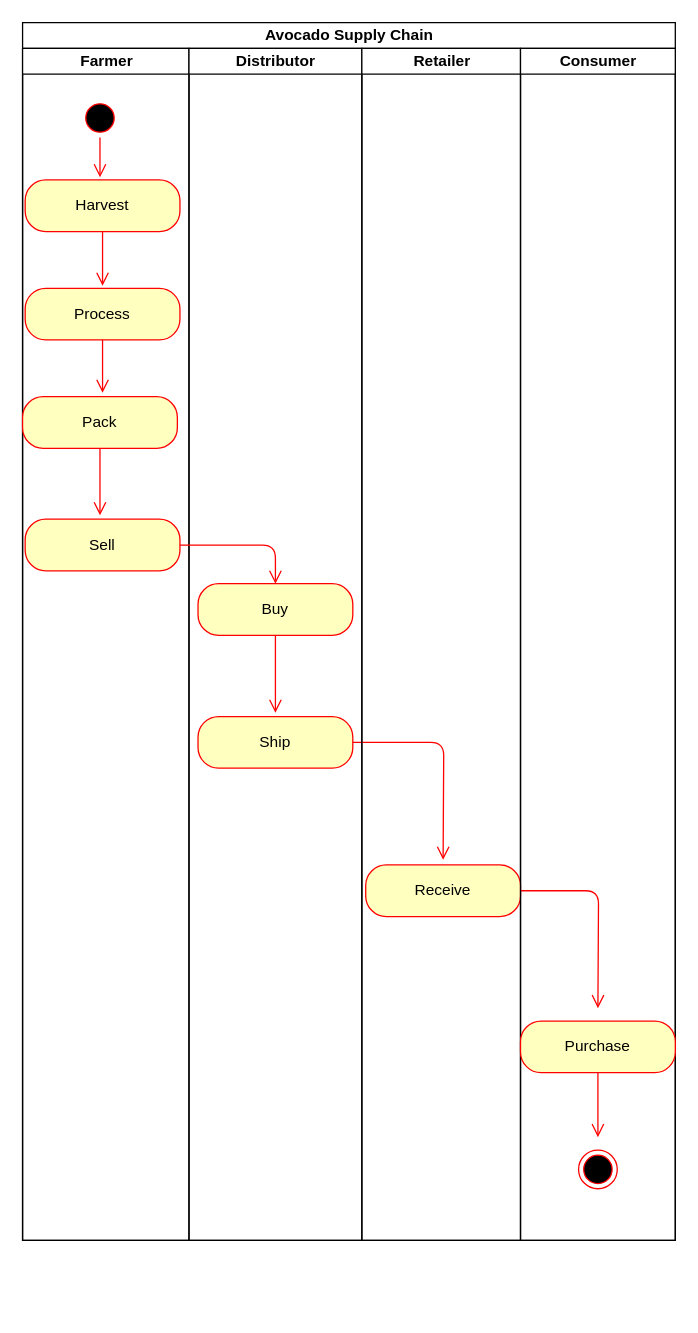
Earlier version of the draw.io diagram uml/1-activity.drawio (janvanessen/supplychain). Source tidied: cells renumbered, new cells numbered last; positions are measured from the earlier drawing's top-left corner, leaving out a move shared by most shapes. Both pictures are drawn from the tidied source at 129%, with x=0, y=0 at pixel (22, 22).
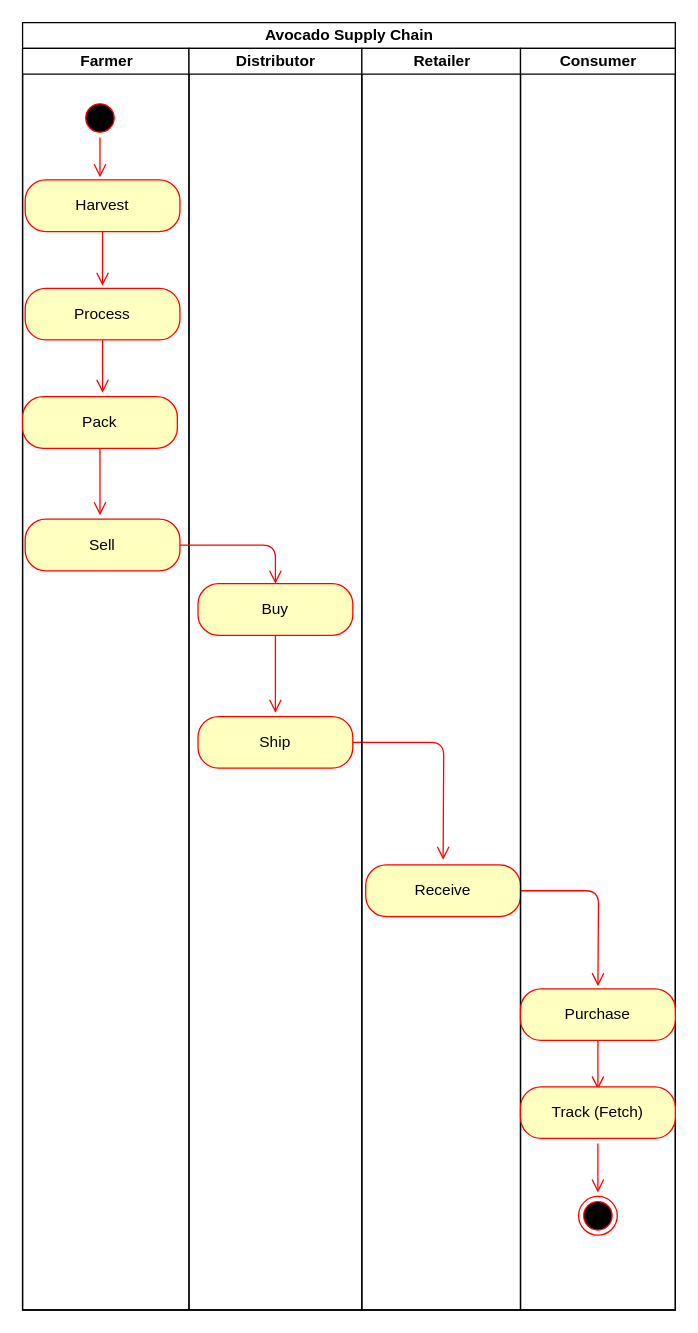
The same diagram, later.

The change refers to these unchanged cells:
```xml
<mxCell id="20" value="Receive" style="rounded=1;whiteSpace=wrap;html=1;arcSize=40;fontColor=#000000;fillColor=#ffffc0;strokeColor=#ff0000;" parent="19" vertex="1">
  <mxGeometry x="3" y="633" width="120" height="40" as="geometry" />
</mxCell>
```

Diff of the diagram source:
```diff
@@
     <mxCell id="2" value="Avocado Supply Chain" style="swimlane;html=1;startSize=20;" parent="1" vertex="1">
-      <mxGeometry width="506" height="944" as="geometry" />
+      <mxGeometry width="506" height="998" as="geometry" />
     </mxCell>
     <mxCell id="3" value="Farmer" style="swimlane;html=1;startSize=20;" parent="2" vertex="1">
-      <mxGeometry y="20" width="129" height="924" as="geometry" />
+      <mxGeometry y="20" width="129" height="978" as="geometry" />
     </mxCell>
@@
     <mxCell id="13" value="Distributor" style="swimlane;html=1;startSize=20;" parent="2" vertex="1">
-      <mxGeometry x="129" y="20" width="134" height="924" as="geometry" />
+      <mxGeometry x="129" y="20" width="134" height="978" as="geometry" />
     </mxCell>
@@
     <mxCell id="19" value="Retailer" style="swimlane;html=1;startSize=20;" parent="2" vertex="1">
-      <mxGeometry x="263" y="20" width="123" height="924" as="geometry" />
+      <mxGeometry x="263" y="20" width="123" height="978" as="geometry" />
     </mxCell>
@@
     <mxCell id="21" style="edgeStyle=orthogonalEdgeStyle;html=1;verticalAlign=bottom;endArrow=open;endSize=8;strokeColor=#ff0000;" parent="19" edge="1" source="20">
       <mxGeometry relative="1" as="geometry">
-        <mxPoint x="183" y="744" as="targetPoint" />
+        <mxPoint x="183" y="727" as="targetPoint" />
       </mxGeometry>
     </mxCell>
     <mxCell id="22" value="Consumer" style="swimlane;html=1;startSize=20;" parent="2" vertex="1">
-      <mxGeometry x="386" y="20" width="120" height="924" as="geometry" />
+      <mxGeometry x="386" y="20" width="120" height="978" as="geometry" />
     </mxCell>
     <mxCell id="23" style="edgeStyle=orthogonalEdgeStyle;html=1;verticalAlign=bottom;endArrow=open;endSize=8;strokeColor=#ff0000;" parent="22" edge="1" source="24">
       <mxGeometry relative="1" as="geometry">
-        <mxPoint x="60" y="844" as="targetPoint" />
+        <mxPoint x="60" y="807" as="targetPoint" />
       </mxGeometry>
     </mxCell>
     <mxCell id="24" value="Purchase" style="rounded=1;whiteSpace=wrap;html=1;arcSize=40;fontColor=#000000;fillColor=#ffffc0;strokeColor=#ff0000;" parent="22" vertex="1">
-      <mxGeometry y="754" width="120" height="40" as="geometry" />
+      <mxGeometry y="729" width="120" height="40" as="geometry" />
     </mxCell>
+    <mxCell id="27" value="Track (Fetch)" style="rounded=1;whiteSpace=wrap;html=1;arcSize=40;fontColor=#000000;fillColor=#ffffc0;strokeColor=#ff0000;" parent="22" vertex="1">
+      <mxGeometry y="805" width="120" height="40" as="geometry" />
+    </mxCell>
     <mxCell id="25" style="ellipse;html=1;shape=endState;fillColor=#000000;strokeColor=#ff0000;" parent="22" vertex="1">
-      <mxGeometry x="45" y="854" width="30" height="30" as="geometry" />
+      <mxGeometry x="45" y="890" width="30" height="30" as="geometry" />
     </mxCell>
@@
+    <mxCell id="28" style="edgeStyle=orthogonalEdgeStyle;html=1;verticalAlign=bottom;endArrow=open;endSize=8;strokeColor=#ff0000;" parent="1" edge="1">
+      <mxGeometry relative="1" as="geometry">
+        <mxPoint x="446" y="869" as="sourcePoint" />
+        <mxPoint x="446" y="907" as="targetPoint" />
+      </mxGeometry>
+    </mxCell>
```
